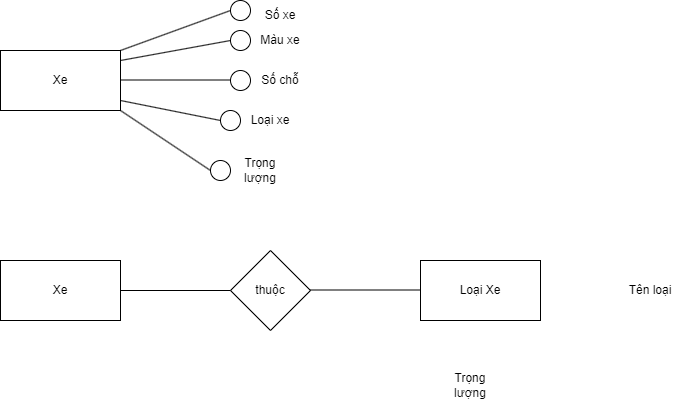
Earlier version of the draw.io export Chương 3 QT4(Mô hình hóa).png (datnham0212/learning). Source tidied: cells renumbered, new cells last; positions are measured from the earlier drawing's top-left corner, leaving out a move shared by most shapes.
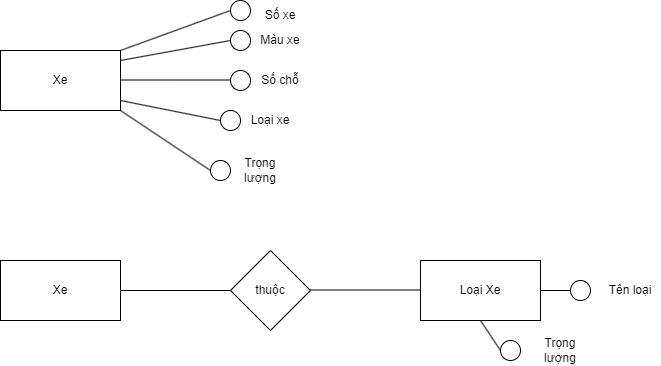
The same file after the commit.

The edit, as a diff of the source:
```diff
@@ -71,10 +71,10 @@
       <mxGeometry x="210" y="160" width="20" height="20" as="geometry" />
     </mxCell>
     <mxCell id="18" value="Tên loại" style="text;html=1;strokeColor=none;fillColor=none;align=center;verticalAlign=middle;whiteSpace=wrap;rounded=0;" parent="1" vertex="1">
-      <mxGeometry x="620" y="275" width="60" height="30" as="geometry" />
+      <mxGeometry x="600" y="275" width="60" height="30" as="geometry" />
     </mxCell>
     <mxCell id="19" value="Trọng lượng" style="text;html=1;strokeColor=none;fillColor=none;align=center;verticalAlign=middle;whiteSpace=wrap;rounded=0;" parent="1" vertex="1">
-      <mxGeometry x="440" y="370" width="60" height="30" as="geometry" />
+      <mxGeometry x="530" y="335" width="60" height="30" as="geometry" />
     </mxCell>
     <mxCell id="20" value="Số xe" style="text;html=1;strokeColor=none;fillColor=none;align=center;verticalAlign=middle;whiteSpace=wrap;rounded=0;" parent="1" vertex="1">
       <mxGeometry x="250" width="60" height="30" as="geometry" />
@@ -91,5 +91,22 @@
     <mxCell id="24" value="Trọng lượng" style="text;html=1;strokeColor=none;fillColor=none;align=center;verticalAlign=middle;whiteSpace=wrap;rounded=0;" parent="1" vertex="1">
       <mxGeometry x="230" y="155" width="60" height="30" as="geometry" />
     </mxCell>
+    <mxCell id="25" style="endArrow=none;html=1;rounded=0;" parent="1" edge="1">
+      <mxGeometry relative="1" as="geometry">
+        <mxPoint x="540" y="290" as="sourcePoint" />
+        <mxPoint x="570" y="290" as="targetPoint" />
+      </mxGeometry>
+    </mxCell>
+    <mxCell id="26" style="ellipse;whiteSpace=wrap;html=1;" parent="1" vertex="1">
+      <mxGeometry x="570" y="280" width="20" height="20" as="geometry" />
+    </mxCell>
+    <mxCell id="27" style="endArrow=none;html=1;rounded=0;exitX=0.5;exitY=1;exitDx=0;exitDy=0;" parent="1" edge="1" source="5">
+      <mxGeometry relative="1" as="geometry">
+        <mxPoint x="500" y="350" as="targetPoint" />
+      </mxGeometry>
+    </mxCell>
+    <mxCell id="28" style="ellipse;whiteSpace=wrap;html=1;" parent="1" vertex="1">
+      <mxGeometry x="500" y="340" width="20" height="20" as="geometry" />
+    </mxCell>
   </root>
 </mxGraphModel>
```
